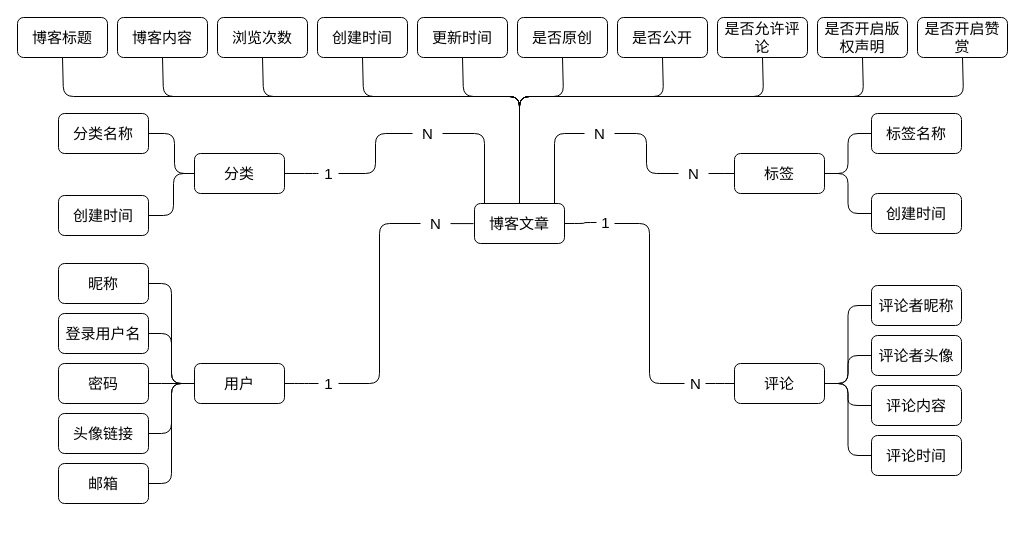
Earlier version of the draw.io diagram 实体类设计ER图.drawio (Roookie-langp/diagrams). Source tidied: cells renumbered, new cells numbered last; positions are measured from the earlier drawing's top-left corner, leaving out a move shared by most shapes. Both pictures are drawn from the tidied source at 100%, with x=0, y=0 at pixel (17, 17).
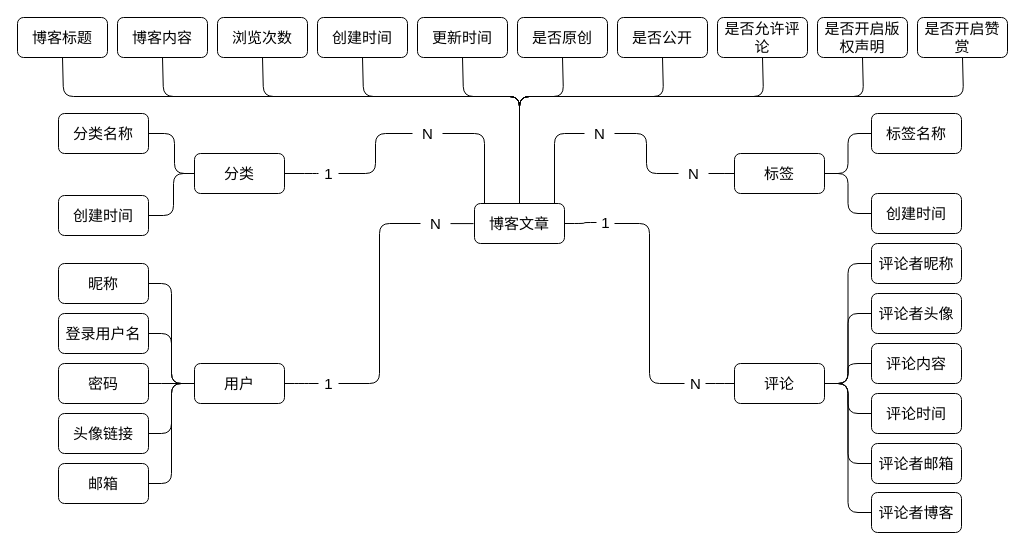
Above is the later version.

Commit message:
更新实体类设计ER图.drawio

The change refers to these unchanged cells:
```xml
<mxCell id="47" value="评论" style="rounded=1;whiteSpace=wrap;html=1;fontSize=15;" parent="1" vertex="1">
  <mxGeometry x="717" y="346" width="90" height="40" as="geometry" />
</mxCell>
```

The edit, as a diff of the source:
```diff
@@
+    <mxCell id="73" style="edgeStyle=orthogonalEdgeStyle;rounded=1;jettySize=auto;html=1;entryX=0;entryY=0.5;entryDx=0;entryDy=0;endArrow=none;endFill=0;" parent="1" edge="1" source="47" target="75">
+      <mxGeometry relative="1" as="geometry" />
+    </mxCell>
+    <mxCell id="74" style="edgeStyle=orthogonalEdgeStyle;rounded=1;jettySize=auto;html=1;entryX=0;entryY=0.5;entryDx=0;entryDy=0;endArrow=none;endFill=0;" parent="1" edge="1" source="47" target="76">
+      <mxGeometry relative="1" as="geometry" />
+    </mxCell>
@@
     <mxCell id="48" value="评论者昵称" style="rounded=1;whiteSpace=wrap;html=1;fontSize=15;" parent="1" vertex="1">
-      <mxGeometry x="854" y="268" width="90" height="40" as="geometry" />
+      <mxGeometry x="854" y="226" width="90" height="40" as="geometry" />
     </mxCell>
     <mxCell id="49" value="评论者头像" style="rounded=1;whiteSpace=wrap;html=1;fontSize=15;" parent="1" vertex="1">
-      <mxGeometry x="854" y="318" width="90" height="40" as="geometry" />
+      <mxGeometry x="854" y="276" width="90" height="40" as="geometry" />
     </mxCell>
     <mxCell id="50" value="评论时间" style="rounded=1;whiteSpace=wrap;html=1;fontSize=15;" parent="1" vertex="1">
-      <mxGeometry x="854" y="418" width="90" height="40" as="geometry" />
+      <mxGeometry x="854" y="376" width="90" height="40" as="geometry" />
     </mxCell>
     <mxCell id="51" value="评论内容" style="rounded=1;whiteSpace=wrap;html=1;fontSize=15;" parent="1" vertex="1">
-      <mxGeometry x="854" y="368" width="90" height="40" as="geometry" />
+      <mxGeometry x="854" y="326" width="90" height="40" as="geometry" />
     </mxCell>
@@
+    <mxCell id="75" value="评论者博客" style="rounded=1;whiteSpace=wrap;html=1;fontSize=15;" parent="1" vertex="1">
+      <mxGeometry x="854" y="475" width="90" height="40" as="geometry" />
+    </mxCell>
+    <mxCell id="76" value="评论者邮箱" style="rounded=1;whiteSpace=wrap;html=1;fontSize=15;" parent="1" vertex="1">
+      <mxGeometry x="854" y="426" width="90" height="40" as="geometry" />
+    </mxCell>
```
